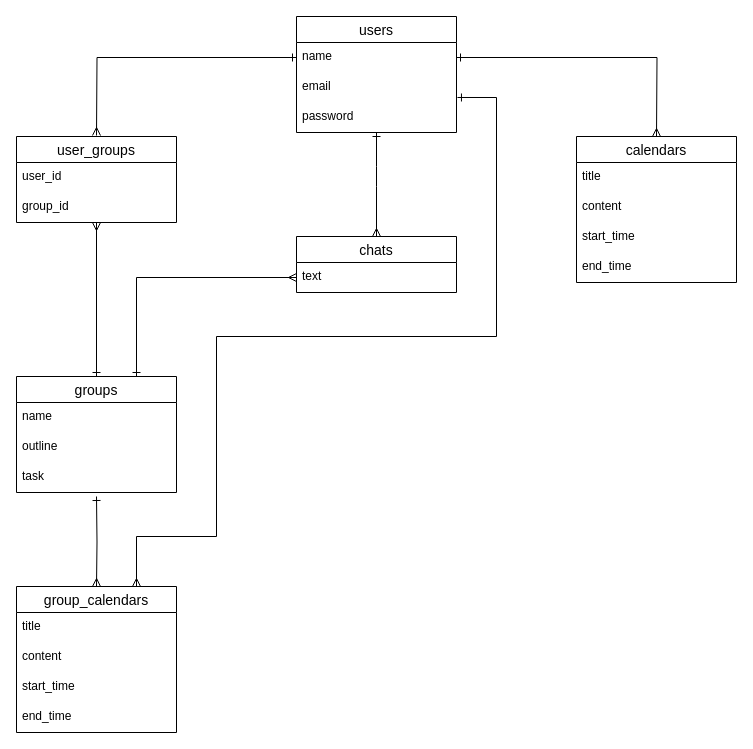
Above: group_calendar_er.dio in yamaday0u/group_calendar (draw.io), before the change. Source tidied: cells renumbered, new cells numbered last; positions are measured from the earlier drawing's top-left corner, leaving out a move shared by most shapes. Both pictures are drawn from the tidied source at 100%, with x=0, y=0 at pixel (16, 16).
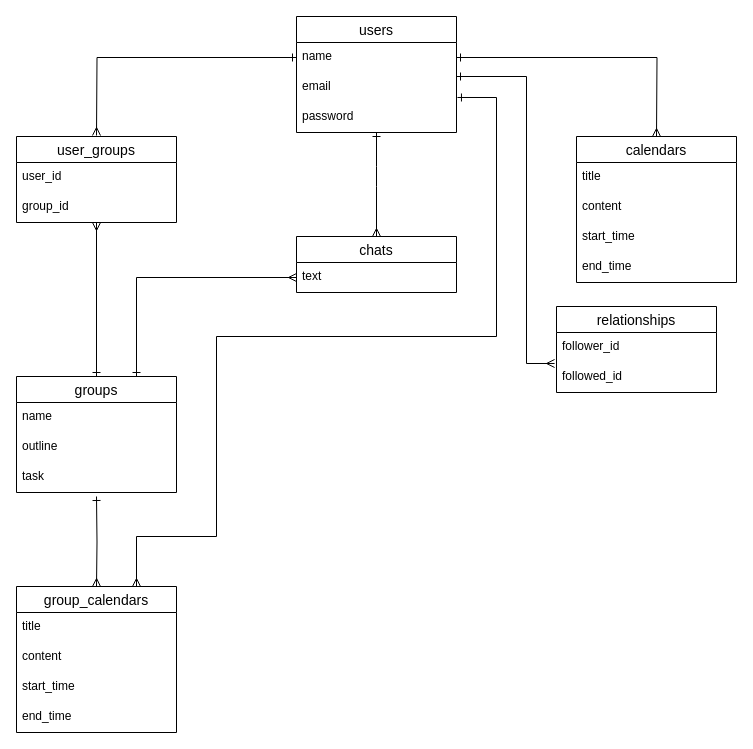
After the change.

Commit message:
Updated entity relationship diagram to add relationships table

What changed in the source:
```diff
@@
+    <mxCell id="32" value="relationships" style="swimlane;fontStyle=0;horizontal=1;startSize=26;align=center;fontSize=14;" parent="1" vertex="1">
+      <mxGeometry x="540" y="290" width="160" height="86" as="geometry" />
+    </mxCell>
+    <mxCell id="33" value="follower_id" style="text;strokeColor=none;fillColor=none;spacingLeft=4;spacingRight=4;overflow=hidden;fontSize=12;" parent="32" vertex="1">
+      <mxGeometry y="26" width="160" height="30" as="geometry" />
+    </mxCell>
+    <mxCell id="34" value="followed_id" style="text;strokeColor=none;fillColor=none;spacingLeft=4;spacingRight=4;overflow=hidden;points=[[0,0.5],[1,0.5]];portConstraint=eastwest;fontSize=12;" parent="32" vertex="1">
+      <mxGeometry y="56" width="160" height="30" as="geometry" />
+    </mxCell>
+    <mxCell id="35" style="edgeStyle=orthogonalEdgeStyle;rounded=0;jettySize=auto;html=1;exitX=1;exitY=0.5;exitDx=0;exitDy=0;entryX=-0.012;entryY=0.033;entryDx=0;entryDy=0;endArrow=ERmany;endFill=0;startArrow=ERone;startFill=0;entryPerimeter=0;" parent="1" edge="1" target="34">
+      <mxGeometry relative="1" as="geometry">
+        <mxPoint x="440" y="60" as="sourcePoint" />
+        <Array as="points">
+          <mxPoint x="510" y="60" />
+          <mxPoint x="510" y="347" />
+        </Array>
+      </mxGeometry>
+    </mxCell>
```
